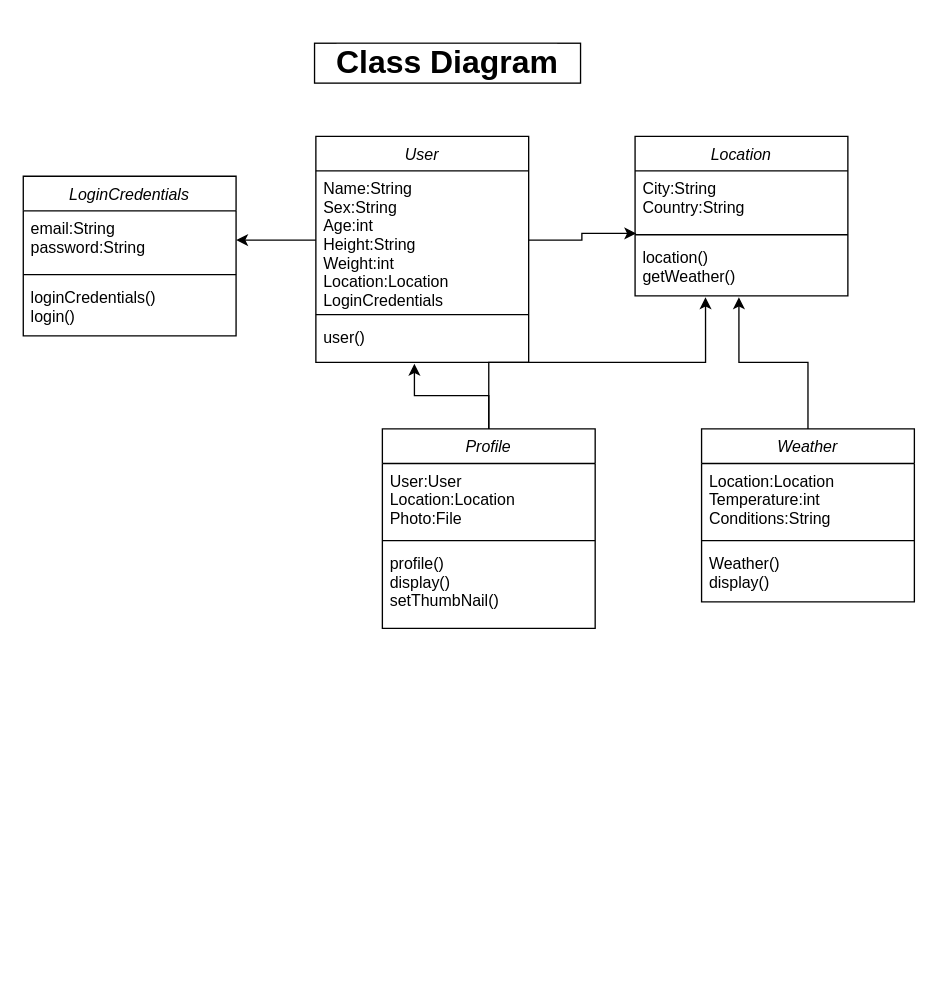
austincunliffe/AustinEvanWill keeps this draw.io diagram as ClassDiagramProject1.drawio. Above is the earlier version. Source tidied: cells renumbered, new cells numbered last; positions are measured from the earlier drawing's top-left corner, leaving out a move shared by most shapes. Both pictures are drawn from the tidied source at 133%, with x=0, y=0 at pixel (23, 43).
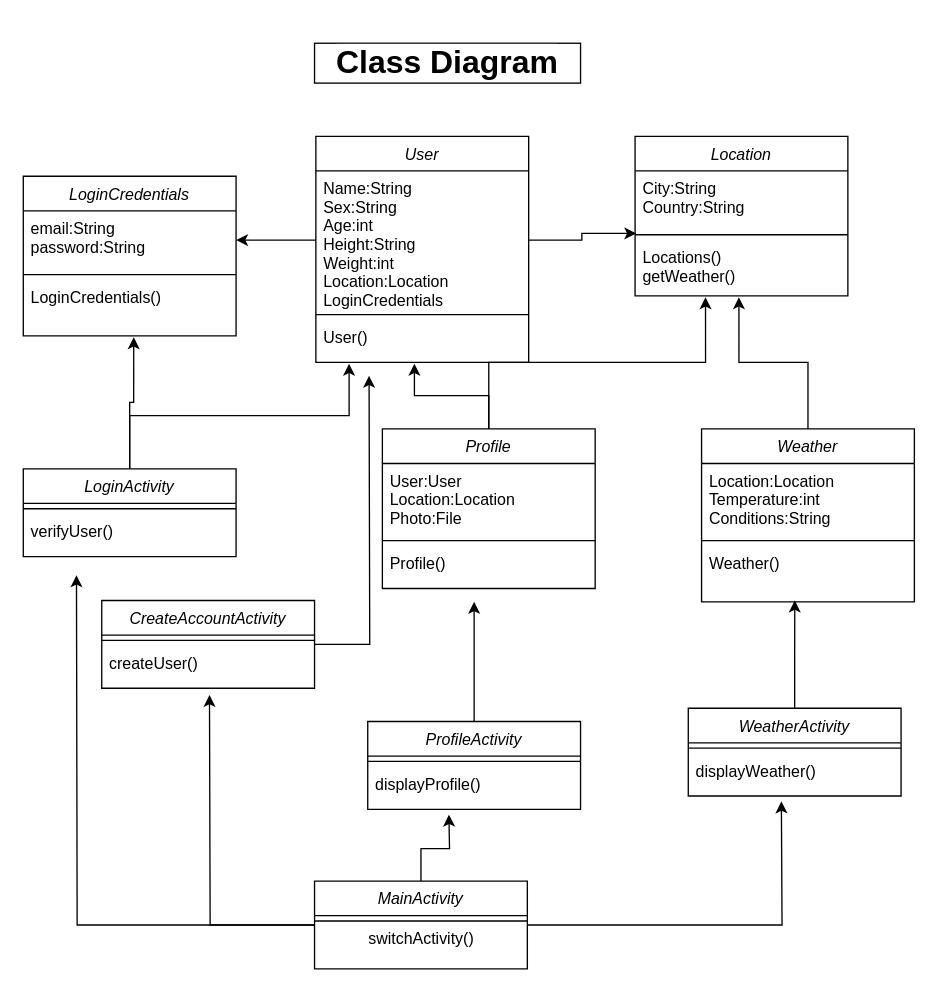
After the change.

The change refers to these unchanged cells:
```xml
<mxCell id="11" value="Weather" style="swimlane;fontStyle=2;align=center;verticalAlign=top;horizontal=1;startSize=26;rounded=0;shadow=0;strokeWidth=1;" parent="1" vertex="1">
  <mxGeometry x="510" y="290" width="160" height="130" as="geometry" />
</mxCell>
<mxCell id="15" value="Location" style="swimlane;fontStyle=2;align=center;verticalAlign=top;horizontal=1;startSize=26;rounded=0;shadow=0;strokeWidth=1;" parent="1" vertex="1">
  <mxGeometry x="460" y="70" width="160" height="120" as="geometry" />
</mxCell>
<mxCell id="19" value="User" style="swimlane;fontStyle=2;align=center;verticalAlign=top;horizontal=1;startSize=26;rounded=0;shadow=0;strokeWidth=1;" parent="1" vertex="1">
  <mxGeometry x="220" y="70" width="160" height="170" as="geometry" />
</mxCell>
<mxCell id="23" value="LoginCredentials" style="swimlane;fontStyle=2;align=center;verticalAlign=top;horizontal=1;startSize=26;rounded=0;shadow=0;strokeWidth=1;" parent="1" vertex="1">
  <mxGeometry y="100" width="160" height="120" as="geometry" />
</mxCell>
```

Change to the diagram source:
```diff
@@
     <mxCell id="7" value="Profile" style="swimlane;fontStyle=2;align=center;verticalAlign=top;horizontal=1;startSize=26;rounded=0;shadow=0;strokeWidth=1;" parent="1" vertex="1">
-      <mxGeometry x="270" y="290" width="160" height="150" as="geometry" />
+      <mxGeometry x="270" y="290" width="160" height="120" as="geometry" />
     </mxCell>
@@
-    <mxCell id="10" value="profile()&#10;display()&#10;setThumbNail()&#10;" style="text;align=left;verticalAlign=top;spacingLeft=4;spacingRight=4;overflow=hidden;" parent="7" vertex="1">
-      <mxGeometry y="88" width="160" height="52" as="geometry" />
+    <mxCell id="10" value="Profile()&#10;" style="text;align=left;verticalAlign=top;spacingLeft=4;spacingRight=4;overflow=hidden;" parent="7" vertex="1">
+      <mxGeometry y="88" width="160" height="32" as="geometry" />
     </mxCell>
@@
-    <mxCell id="14" value="Weather()&#10;display()" style="text;align=left;verticalAlign=top;spacingLeft=4;spacingRight=4;overflow=hidden;points=[[0,0.5],[1,0.5]];portConstraint=eastwest;" parent="11" vertex="1">
+    <mxCell id="14" value="Weather()" style="text;align=left;verticalAlign=top;spacingLeft=4;spacingRight=4;overflow=hidden;points=[[0,0.5],[1,0.5]];portConstraint=eastwest;" parent="11" vertex="1">
       <mxGeometry y="88" width="160" height="42" as="geometry" />
     </mxCell>
@@
-    <mxCell id="18" value="location()&#10;getWeather()&#10;" style="text;align=left;verticalAlign=top;spacingLeft=4;spacingRight=4;overflow=hidden;points=[[0,0.5],[1,0.5]];portConstraint=eastwest;" parent="15" vertex="1">
+    <mxCell id="18" value="Locations()&#10;getWeather()" style="text;align=left;verticalAlign=top;spacingLeft=4;spacingRight=4;overflow=hidden;points=[[0,0.5],[1,0.5]];portConstraint=eastwest;" parent="15" vertex="1">
       <mxGeometry y="78" width="160" height="42" as="geometry" />
     </mxCell>
@@
-    <mxCell id="22" value="user()&#10;" style="text;align=left;verticalAlign=top;spacingLeft=4;spacingRight=4;overflow=hidden;points=[[0,0.5],[1,0.5]];portConstraint=eastwest;" parent="19" vertex="1">
+    <mxCell id="22" value="User()&#10;" style="text;align=left;verticalAlign=top;spacingLeft=4;spacingRight=4;overflow=hidden;points=[[0,0.5],[1,0.5]];portConstraint=eastwest;" parent="19" vertex="1">
       <mxGeometry y="138" width="160" height="32" as="geometry" />
     </mxCell>
@@
-    <mxCell id="26" value="loginCredentials()&#10;login()" style="text;align=left;verticalAlign=top;spacingLeft=4;spacingRight=4;overflow=hidden;points=[[0,0.5],[1,0.5]];portConstraint=eastwest;" parent="23" vertex="1">
+    <mxCell id="26" value="LoginCredentials()" style="text;align=left;verticalAlign=top;spacingLeft=4;spacingRight=4;overflow=hidden;points=[[0,0.5],[1,0.5]];portConstraint=eastwest;" parent="23" vertex="1">
       <mxGeometry y="78" width="160" height="42" as="geometry" />
     </mxCell>
@@
+    <mxCell id="28" style="edgeStyle=orthogonalEdgeStyle;rounded=0;jettySize=auto;html=1;entryX=0.519;entryY=1.024;entryDx=0;entryDy=0;entryPerimeter=0;" parent="1" edge="1" source="30" target="26">
+      <mxGeometry relative="1" as="geometry" />
+    </mxCell>
+    <mxCell id="29" style="edgeStyle=orthogonalEdgeStyle;rounded=0;jettySize=auto;html=1;entryX=0.156;entryY=1.031;entryDx=0;entryDy=0;entryPerimeter=0;" parent="1" edge="1" source="30" target="22">
+      <mxGeometry relative="1" as="geometry" />
+    </mxCell>
+    <mxCell id="30" value="LoginActivity" style="swimlane;fontStyle=2;align=center;verticalAlign=top;horizontal=1;startSize=26;rounded=0;shadow=0;strokeWidth=1;" parent="1" vertex="1">
+      <mxGeometry y="320" width="160" height="66" as="geometry" />
+    </mxCell>
+    <mxCell id="31" style="line;html=1;strokeWidth=1;align=left;verticalAlign=middle;spacingTop=-1;spacingLeft=3;spacingRight=3;labelPosition=right;" parent="30" vertex="1">
+      <mxGeometry y="26" width="160" height="8" as="geometry" />
+    </mxCell>
+    <mxCell id="32" value="verifyUser()" style="text;align=left;verticalAlign=top;spacingLeft=4;spacingRight=4;overflow=hidden;" parent="30" vertex="1">
+      <mxGeometry y="34" width="160" height="32" as="geometry" />
+    </mxCell>
+    <mxCell id="33" style="edgeStyle=orthogonalEdgeStyle;rounded=0;jettySize=auto;html=1;" parent="1" edge="1" source="34">
+      <mxGeometry relative="1" as="geometry">
+        <mxPoint x="260" y="250" as="targetPoint" />
+      </mxGeometry>
+    </mxCell>
+    <mxCell id="34" value="CreateAccountActivity" style="swimlane;fontStyle=2;align=center;verticalAlign=top;horizontal=1;startSize=26;rounded=0;shadow=0;strokeWidth=1;" parent="1" vertex="1">
+      <mxGeometry x="59" y="419" width="160" height="66" as="geometry" />
+    </mxCell>
+    <mxCell id="35" style="line;html=1;strokeWidth=1;align=left;verticalAlign=middle;spacingTop=-1;spacingLeft=3;spacingRight=3;labelPosition=right;" parent="34" vertex="1">
+      <mxGeometry y="26" width="160" height="8" as="geometry" />
+    </mxCell>
+    <mxCell id="36" value="createUser()" style="text;align=left;verticalAlign=top;spacingLeft=4;spacingRight=4;overflow=hidden;" parent="34" vertex="1">
+      <mxGeometry y="34" width="160" height="32" as="geometry" />
+    </mxCell>
+    <mxCell id="37" style="edgeStyle=orthogonalEdgeStyle;rounded=0;jettySize=auto;html=1;" parent="1" edge="1" source="38">
+      <mxGeometry relative="1" as="geometry">
+        <mxPoint x="339" y="420" as="targetPoint" />
+      </mxGeometry>
+    </mxCell>
+    <mxCell id="38" value="ProfileActivity" style="swimlane;fontStyle=2;align=center;verticalAlign=top;horizontal=1;startSize=26;rounded=0;shadow=0;strokeWidth=1;" parent="1" vertex="1">
+      <mxGeometry x="259" y="510" width="160" height="66" as="geometry" />
+    </mxCell>
+    <mxCell id="39" style="line;html=1;strokeWidth=1;align=left;verticalAlign=middle;spacingTop=-1;spacingLeft=3;spacingRight=3;labelPosition=right;" parent="38" vertex="1">
+      <mxGeometry y="26" width="160" height="8" as="geometry" />
+    </mxCell>
+    <mxCell id="40" value="displayProfile()" style="text;align=left;verticalAlign=top;spacingLeft=4;spacingRight=4;overflow=hidden;" parent="38" vertex="1">
+      <mxGeometry y="34" width="160" height="32" as="geometry" />
+    </mxCell>
+    <mxCell id="41" style="edgeStyle=orthogonalEdgeStyle;rounded=0;jettySize=auto;html=1;entryX=0.438;entryY=0.976;entryDx=0;entryDy=0;entryPerimeter=0;" parent="1" edge="1" source="42" target="14">
+      <mxGeometry relative="1" as="geometry" />
+    </mxCell>
+    <mxCell id="42" value="WeatherActivity" style="swimlane;fontStyle=2;align=center;verticalAlign=top;horizontal=1;startSize=26;rounded=0;shadow=0;strokeWidth=1;" parent="1" vertex="1">
+      <mxGeometry x="500" y="500" width="160" height="66" as="geometry" />
+    </mxCell>
+    <mxCell id="43" style="line;html=1;strokeWidth=1;align=left;verticalAlign=middle;spacingTop=-1;spacingLeft=3;spacingRight=3;labelPosition=right;" parent="42" vertex="1">
+      <mxGeometry y="26" width="160" height="8" as="geometry" />
+    </mxCell>
+    <mxCell id="44" value="displayWeather()" style="text;align=left;verticalAlign=top;spacingLeft=4;spacingRight=4;overflow=hidden;" parent="42" vertex="1">
+      <mxGeometry y="34" width="160" height="32" as="geometry" />
+    </mxCell>
+    <mxCell id="45" style="edgeStyle=orthogonalEdgeStyle;rounded=0;jettySize=auto;html=1;" parent="1" edge="1" source="49">
+      <mxGeometry relative="1" as="geometry">
+        <mxPoint x="320" y="580" as="targetPoint" />
+      </mxGeometry>
+    </mxCell>
+    <mxCell id="46" style="edgeStyle=orthogonalEdgeStyle;rounded=0;jettySize=auto;html=1;" parent="1" edge="1" source="49">
+      <mxGeometry relative="1" as="geometry">
+        <mxPoint x="570" y="570" as="targetPoint" />
+      </mxGeometry>
+    </mxCell>
+    <mxCell id="47" style="edgeStyle=orthogonalEdgeStyle;rounded=0;jettySize=auto;html=1;" parent="1" edge="1" source="49">
+      <mxGeometry relative="1" as="geometry">
+        <mxPoint x="140" y="490" as="targetPoint" />
+      </mxGeometry>
+    </mxCell>
+    <mxCell id="48" style="edgeStyle=orthogonalEdgeStyle;rounded=0;jettySize=auto;html=1;" parent="1" edge="1" source="49">
+      <mxGeometry relative="1" as="geometry">
+        <mxPoint x="40" y="400" as="targetPoint" />
+      </mxGeometry>
+    </mxCell>
+    <mxCell id="49" value="MainActivity" style="swimlane;fontStyle=2;align=center;verticalAlign=top;horizontal=1;startSize=26;rounded=0;shadow=0;strokeWidth=1;" parent="1" vertex="1">
+      <mxGeometry x="219" y="630" width="160" height="66" as="geometry" />
+    </mxCell>
+    <mxCell id="50" style="line;html=1;strokeWidth=1;align=left;verticalAlign=middle;spacingTop=-1;spacingLeft=3;spacingRight=3;labelPosition=right;" parent="49" vertex="1">
+      <mxGeometry y="26" width="160" height="8" as="geometry" />
+    </mxCell>
+    <mxCell id="51" value="switchActivity()" style="text;html=1;align=center;verticalAlign=middle;" parent="49" vertex="1">
+      <mxGeometry y="34" width="160" height="20" as="geometry" />
+    </mxCell>
```
